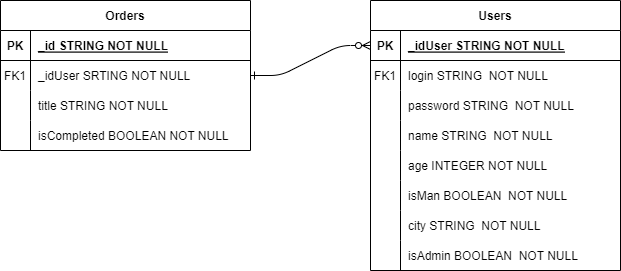
The draw.io diagram ToDoList.drawio.png in apache217/ToDoList, before a commit. Source tidied: cells renumbered, new cells last; positions are measured from the earlier drawing's top-left corner, leaving out a move shared by most shapes.
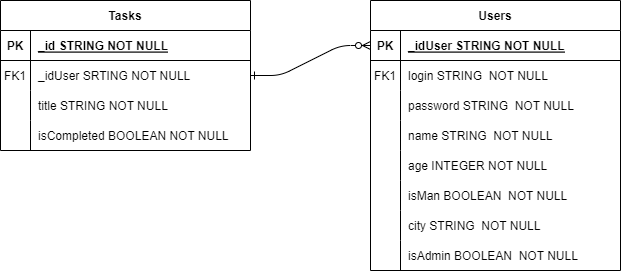
Above is the later version.

The edit, as a diff of the source:
```diff
@@ -5,7 +5,7 @@
     <mxCell id="2" style="edgeStyle=entityRelationEdgeStyle;endArrow=ERzeroToMany;startArrow=ERone;endFill=1;startFill=0;exitX=1;exitY=0.5;exitDx=0;exitDy=0;entryX=0;entryY=0.5;entryDx=0;entryDy=0;" parent="1" edge="1" source="7" target="17">
       <mxGeometry relative="1" as="geometry" />
     </mxCell>
-    <mxCell id="3" value="Orders" style="shape=table;startSize=30;rowLines=0;fontStyle=1;align=center;" parent="1" vertex="1">
+    <mxCell id="3" value="Tasks" style="shape=table;startSize=30;rowLines=0;fontStyle=1;align=center;" parent="1" vertex="1">
       <mxGeometry width="250" height="150" as="geometry" />
     </mxCell>
     <mxCell id="4" style="shape=partialRectangle;fillColor=none;top=0;left=0;right=0;bottom=1;" parent="3" vertex="1">
```
